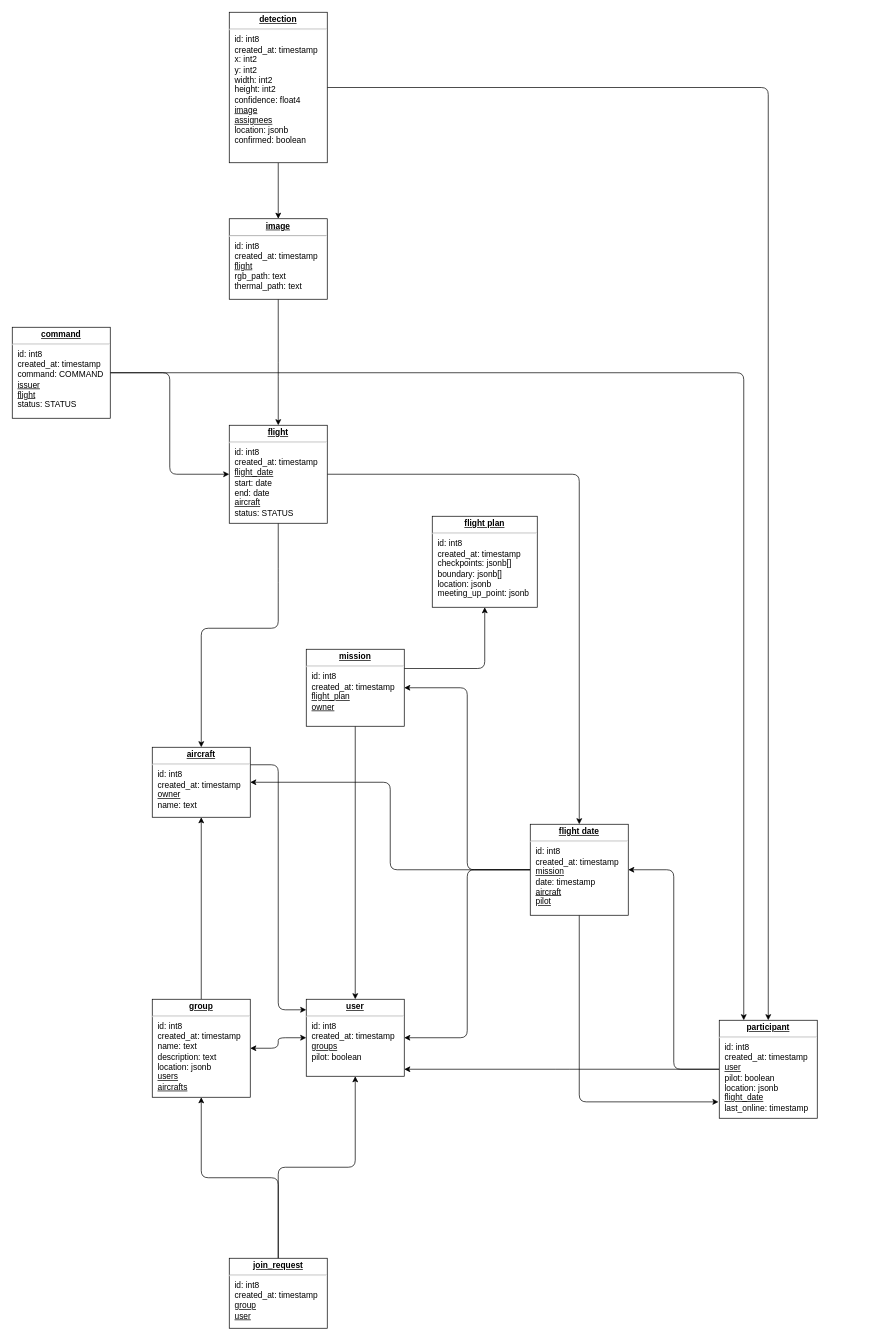
The draw.io diagram DatabaseSchema.drawio in FawnRescue/planning, before the edit. Source tidied: cells renumbered, new cells numbered last; positions are measured from the earlier drawing's top-left corner, leaving out a move shared by most shapes. Both pictures are drawn from the tidied source at 70%, with x=0, y=0 at pixel (12, 12).
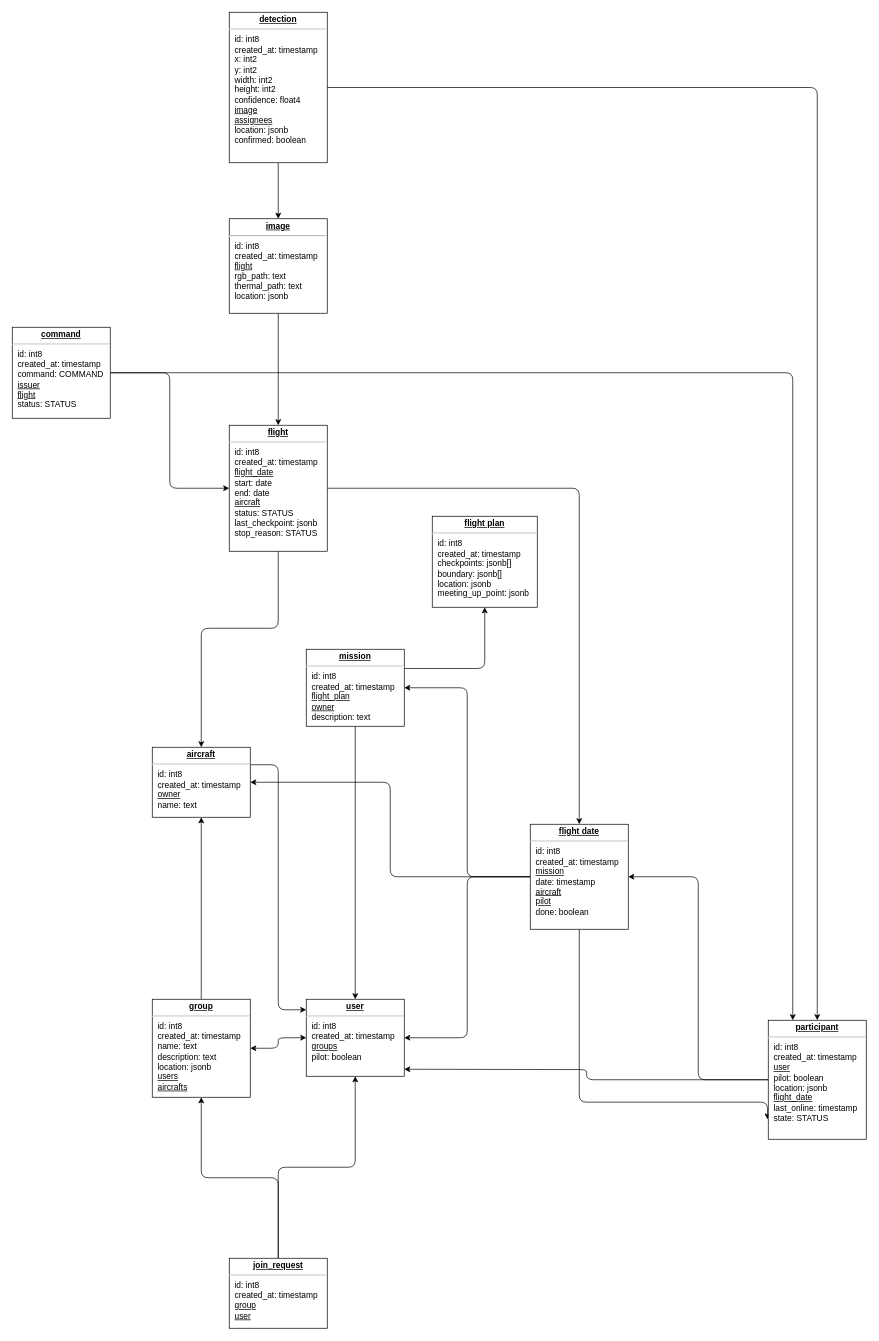
The same page after the edit.

Change to the diagram source:
```diff
@@
-    <mxCell id="3" value="&lt;p style=&quot;margin: 0px ; margin-top: 4px ; text-align: center ; text-decoration: underline&quot;&gt;&lt;b&gt;aircraft&lt;/b&gt;&lt;/p&gt;&lt;hr&gt;&lt;p style=&quot;margin: 0px ; margin-left: 8px&quot;&gt;id: int8&lt;/p&gt;&lt;p style=&quot;margin: 0px ; margin-left: 8px&quot;&gt;created_at: timestamp&lt;br&gt;&lt;/p&gt;&lt;p style=&quot;margin: 0px ; margin-left: 8px&quot;&gt;&lt;u&gt;owner&lt;/u&gt;&lt;/p&gt;&lt;p style=&quot;margin: 0px ; margin-left: 8px&quot;&gt;name: text&lt;/p&gt;&lt;p style=&quot;margin: 0px ; margin-left: 8px&quot;&gt;&lt;br&gt;&lt;/p&gt;" style="verticalAlign=top;align=left;overflow=fill;fontSize=12;fontFamily=Helvetica;html=1;rounded=0;shadow=0;comic=0;labelBackgroundColor=none;strokeWidth=1;" parent="1" vertex="1">
+    <mxCell id="3" value="&lt;p style=&quot;margin: 0px ; margin-top: 4px ; text-align: center ; text-decoration: underline&quot;&gt;&lt;b&gt;aircraft&lt;/b&gt;&lt;/p&gt;&lt;hr&gt;&lt;p style=&quot;margin: 0px ; margin-left: 8px&quot;&gt;id: int8&lt;/p&gt;&lt;p style=&quot;margin: 0px ; margin-left: 8px&quot;&gt;created_at: timestamp&lt;br&gt;&lt;/p&gt;&lt;p style=&quot;margin: 0px ; margin-left: 8px&quot;&gt;&lt;u&gt;owner&lt;/u&gt;&lt;/p&gt;&lt;p style=&quot;margin: 0px ; margin-left: 8px&quot;&gt;name: text&lt;/p&gt;&lt;p style=&quot;margin: 0px ; margin-left: 8px&quot;&gt;&lt;br&gt;&lt;/p&gt;&lt;p style=&quot;margin: 0px ; margin-left: 8px&quot;&gt;&lt;br&gt;&lt;/p&gt;" style="verticalAlign=top;align=left;overflow=fill;fontSize=12;fontFamily=Helvetica;html=1;rounded=0;shadow=0;comic=0;labelBackgroundColor=none;strokeWidth=1;" parent="1" vertex="1">
       <mxGeometry x="200" y="1050" width="140" height="100" as="geometry" />
     </mxCell>
@@
-    <mxCell id="8" value="&lt;p style=&quot;margin: 0px ; margin-top: 4px ; text-align: center ; text-decoration: underline&quot;&gt;&lt;b&gt;image&lt;/b&gt;&lt;/p&gt;&lt;hr&gt;&lt;p style=&quot;border-color: var(--border-color); margin: 0px 0px 0px 8px;&quot;&gt;id: int8&lt;/p&gt;&lt;p style=&quot;border-color: var(--border-color); margin: 0px 0px 0px 8px;&quot;&gt;created_at: timestamp&lt;/p&gt;&lt;p style=&quot;border-color: var(--border-color); margin: 0px 0px 0px 8px;&quot;&gt;&lt;u&gt;flight&lt;/u&gt;&lt;/p&gt;&lt;p style=&quot;border-color: var(--border-color); margin: 0px 0px 0px 8px;&quot;&gt;rgb_path: text&lt;/p&gt;&lt;p style=&quot;border-color: var(--border-color); margin: 0px 0px 0px 8px;&quot;&gt;thermal_path: text&lt;/p&gt;&lt;p style=&quot;border-color: var(--border-color); margin: 0px 0px 0px 8px;&quot;&gt;&lt;br&gt;&lt;/p&gt;&lt;p style=&quot;border-color: var(--border-color); margin: 0px 0px 0px 8px;&quot;&gt;&lt;br&gt;&lt;/p&gt;&lt;p style=&quot;border-color: var(--border-color); margin: 0px 0px 0px 8px;&quot;&gt;&lt;br&gt;&lt;/p&gt;" style="verticalAlign=top;align=left;overflow=fill;fontSize=12;fontFamily=Helvetica;html=1;rounded=0;shadow=0;comic=0;labelBackgroundColor=none;strokeWidth=1;" parent="1" vertex="1">
-      <mxGeometry x="310" y="295" width="140" height="115" as="geometry" />
+    <mxCell id="8" value="&lt;p style=&quot;margin: 0px ; margin-top: 4px ; text-align: center ; text-decoration: underline&quot;&gt;&lt;b&gt;image&lt;/b&gt;&lt;/p&gt;&lt;hr&gt;&lt;p style=&quot;border-color: var(--border-color); margin: 0px 0px 0px 8px;&quot;&gt;id: int8&lt;/p&gt;&lt;p style=&quot;border-color: var(--border-color); margin: 0px 0px 0px 8px;&quot;&gt;created_at: timestamp&lt;/p&gt;&lt;p style=&quot;border-color: var(--border-color); margin: 0px 0px 0px 8px;&quot;&gt;&lt;u&gt;flight&lt;/u&gt;&lt;/p&gt;&lt;p style=&quot;border-color: var(--border-color); margin: 0px 0px 0px 8px;&quot;&gt;rgb_path: text&lt;/p&gt;&lt;p style=&quot;border-color: var(--border-color); margin: 0px 0px 0px 8px;&quot;&gt;thermal_path: text&lt;/p&gt;&lt;p style=&quot;border-color: var(--border-color); margin: 0px 0px 0px 8px;&quot;&gt;location: jsonb&lt;/p&gt;&lt;p style=&quot;border-color: var(--border-color); margin: 0px 0px 0px 8px;&quot;&gt;&lt;br&gt;&lt;/p&gt;&lt;p style=&quot;border-color: var(--border-color); margin: 0px 0px 0px 8px;&quot;&gt;&lt;br&gt;&lt;/p&gt;&lt;p style=&quot;border-color: var(--border-color); margin: 0px 0px 0px 8px;&quot;&gt;&lt;br&gt;&lt;/p&gt;" style="verticalAlign=top;align=left;overflow=fill;fontSize=12;fontFamily=Helvetica;html=1;rounded=0;shadow=0;comic=0;labelBackgroundColor=none;strokeWidth=1;" parent="1" vertex="1">
+      <mxGeometry x="310" y="295" width="140" height="135" as="geometry" />
     </mxCell>
@@
-    <mxCell id="11" value="&lt;p style=&quot;margin: 0px ; margin-top: 4px ; text-align: center ; text-decoration: underline&quot;&gt;&lt;b&gt;flight&lt;/b&gt;&lt;/p&gt;&lt;hr&gt;&lt;p style=&quot;border-color: var(--border-color); margin: 0px 0px 0px 8px;&quot;&gt;id: int8&lt;/p&gt;&lt;p style=&quot;border-color: var(--border-color); margin: 0px 0px 0px 8px;&quot;&gt;created_at: timestamp&lt;/p&gt;&lt;p style=&quot;border-color: var(--border-color); margin: 0px 0px 0px 8px;&quot;&gt;&lt;span style=&quot;background-color: initial;&quot;&gt;&lt;u&gt;flight_date&lt;/u&gt;&lt;/span&gt;&lt;/p&gt;&lt;p style=&quot;border-color: var(--border-color); margin: 0px 0px 0px 8px;&quot;&gt;&lt;span style=&quot;background-color: initial;&quot;&gt;start: date&lt;/span&gt;&lt;br&gt;&lt;/p&gt;&lt;p style=&quot;border-color: var(--border-color); margin: 0px 0px 0px 8px;&quot;&gt;end: date&lt;/p&gt;&lt;p style=&quot;border-color: var(--border-color); margin: 0px 0px 0px 8px;&quot;&gt;&lt;u&gt;aircraft&lt;/u&gt;&lt;/p&gt;&lt;p style=&quot;border-color: var(--border-color); margin: 0px 0px 0px 8px;&quot;&gt;status: STATUS&lt;/p&gt;&lt;p style=&quot;border-color: var(--border-color); margin: 0px 0px 0px 8px;&quot;&gt;&lt;br&gt;&lt;/p&gt;" style="verticalAlign=top;align=left;overflow=fill;fontSize=12;fontFamily=Helvetica;html=1;rounded=0;shadow=0;comic=0;labelBackgroundColor=none;strokeWidth=1;" parent="1" vertex="1">
-      <mxGeometry x="310" y="590" width="140" height="140" as="geometry" />
+    <mxCell id="11" value="&lt;p style=&quot;margin: 0px ; margin-top: 4px ; text-align: center ; text-decoration: underline&quot;&gt;&lt;b&gt;flight&lt;/b&gt;&lt;/p&gt;&lt;hr&gt;&lt;p style=&quot;border-color: var(--border-color); margin: 0px 0px 0px 8px;&quot;&gt;id: int8&lt;/p&gt;&lt;p style=&quot;border-color: var(--border-color); margin: 0px 0px 0px 8px;&quot;&gt;created_at: timestamp&lt;/p&gt;&lt;p style=&quot;border-color: var(--border-color); margin: 0px 0px 0px 8px;&quot;&gt;&lt;span style=&quot;background-color: initial;&quot;&gt;&lt;u&gt;flight_date&lt;/u&gt;&lt;/span&gt;&lt;/p&gt;&lt;p style=&quot;border-color: var(--border-color); margin: 0px 0px 0px 8px;&quot;&gt;&lt;span style=&quot;background-color: initial;&quot;&gt;start: date&lt;/span&gt;&lt;br&gt;&lt;/p&gt;&lt;p style=&quot;border-color: var(--border-color); margin: 0px 0px 0px 8px;&quot;&gt;end: date&lt;/p&gt;&lt;p style=&quot;border-color: var(--border-color); margin: 0px 0px 0px 8px;&quot;&gt;&lt;u&gt;aircraft&lt;/u&gt;&lt;/p&gt;&lt;p style=&quot;border-color: var(--border-color); margin: 0px 0px 0px 8px;&quot;&gt;status: STATUS&lt;/p&gt;&lt;p style=&quot;border-color: var(--border-color); margin: 0px 0px 0px 8px;&quot;&gt;last_checkpoint: jsonb&lt;/p&gt;&lt;p style=&quot;border-color: var(--border-color); margin: 0px 0px 0px 8px;&quot;&gt;stop_reason: STATUS&lt;/p&gt;&lt;p style=&quot;border-color: var(--border-color); margin: 0px 0px 0px 8px;&quot;&gt;&lt;br&gt;&lt;/p&gt;" style="verticalAlign=top;align=left;overflow=fill;fontSize=12;fontFamily=Helvetica;html=1;rounded=0;shadow=0;comic=0;labelBackgroundColor=none;strokeWidth=1;" parent="1" vertex="1">
+      <mxGeometry x="310" y="590" width="140" height="180" as="geometry" />
     </mxCell>
@@
-    <mxCell id="15" value="&lt;p style=&quot;margin: 0px ; margin-top: 4px ; text-align: center ; text-decoration: underline&quot;&gt;&lt;b&gt;mission&lt;/b&gt;&lt;/p&gt;&lt;hr&gt;&lt;p style=&quot;border-color: var(--border-color); margin: 0px 0px 0px 8px;&quot;&gt;id: int8&lt;/p&gt;&lt;p style=&quot;border-color: var(--border-color); margin: 0px 0px 0px 8px;&quot;&gt;created_at: timestamp&lt;/p&gt;&lt;p style=&quot;border-color: var(--border-color); margin: 0px 0px 0px 8px;&quot;&gt;&lt;u&gt;flight_plan&lt;/u&gt;&lt;/p&gt;&lt;p style=&quot;border-color: var(--border-color); margin: 0px 0px 0px 8px;&quot;&gt;&lt;u&gt;owner&lt;/u&gt;&lt;/p&gt;&lt;p style=&quot;border-color: var(--border-color); margin: 0px 0px 0px 8px;&quot;&gt;&lt;br&gt;&lt;/p&gt;&lt;p style=&quot;border-color: var(--border-color); margin: 0px 0px 0px 8px;&quot;&gt;&lt;br&gt;&lt;/p&gt;&lt;p style=&quot;border-color: var(--border-color); margin: 0px 0px 0px 8px;&quot;&gt;&lt;br&gt;&lt;/p&gt;" style="verticalAlign=top;align=left;overflow=fill;fontSize=12;fontFamily=Helvetica;html=1;rounded=0;shadow=0;comic=0;labelBackgroundColor=none;strokeWidth=1;" parent="1" vertex="1">
+    <mxCell id="15" value="&lt;p style=&quot;margin: 0px ; margin-top: 4px ; text-align: center ; text-decoration: underline&quot;&gt;&lt;b&gt;mission&lt;/b&gt;&lt;/p&gt;&lt;hr&gt;&lt;p style=&quot;border-color: var(--border-color); margin: 0px 0px 0px 8px;&quot;&gt;id: int8&lt;/p&gt;&lt;p style=&quot;border-color: var(--border-color); margin: 0px 0px 0px 8px;&quot;&gt;created_at: timestamp&lt;/p&gt;&lt;p style=&quot;border-color: var(--border-color); margin: 0px 0px 0px 8px;&quot;&gt;&lt;u&gt;flight_plan&lt;/u&gt;&lt;/p&gt;&lt;p style=&quot;border-color: var(--border-color); margin: 0px 0px 0px 8px;&quot;&gt;&lt;u&gt;owner&lt;/u&gt;&lt;/p&gt;&lt;p style=&quot;border-color: var(--border-color); margin: 0px 0px 0px 8px;&quot;&gt;description: text&lt;/p&gt;&lt;p style=&quot;border-color: var(--border-color); margin: 0px 0px 0px 8px;&quot;&gt;&lt;br&gt;&lt;/p&gt;&lt;p style=&quot;border-color: var(--border-color); margin: 0px 0px 0px 8px;&quot;&gt;&lt;br&gt;&lt;/p&gt;" style="verticalAlign=top;align=left;overflow=fill;fontSize=12;fontFamily=Helvetica;html=1;rounded=0;shadow=0;comic=0;labelBackgroundColor=none;strokeWidth=1;" parent="1" vertex="1">
       <mxGeometry x="420" y="910" width="140" height="110" as="geometry" />
     </mxCell>
@@
-    <mxCell id="27" value="&lt;p style=&quot;margin: 0px ; margin-top: 4px ; text-align: center ; text-decoration: underline&quot;&gt;&lt;b&gt;flight date&lt;/b&gt;&lt;/p&gt;&lt;hr&gt;&lt;p style=&quot;border-color: var(--border-color); margin: 0px 0px 0px 8px;&quot;&gt;id: int8&lt;/p&gt;&lt;p style=&quot;border-color: var(--border-color); margin: 0px 0px 0px 8px;&quot;&gt;created_at: timestamp&lt;/p&gt;&lt;p style=&quot;border-color: var(--border-color); margin: 0px 0px 0px 8px;&quot;&gt;&lt;u style=&quot;background-color: initial;&quot;&gt;mission&lt;/u&gt;&lt;br&gt;&lt;/p&gt;&lt;p style=&quot;border-color: var(--border-color); margin: 0px 0px 0px 8px;&quot;&gt;&lt;span style=&quot;background-color: initial;&quot;&gt;date: timestamp&lt;/span&gt;&lt;/p&gt;&lt;p style=&quot;border-color: var(--border-color); margin: 0px 0px 0px 8px;&quot;&gt;&lt;span style=&quot;background-color: initial;&quot;&gt;&lt;u&gt;aircraft&lt;/u&gt;&lt;/span&gt;&lt;/p&gt;&lt;p style=&quot;border-color: var(--border-color); margin: 0px 0px 0px 8px;&quot;&gt;&lt;u&gt;pilot&lt;/u&gt;&lt;/p&gt;" style="verticalAlign=top;align=left;overflow=fill;fontSize=12;fontFamily=Helvetica;html=1;rounded=0;shadow=0;comic=0;labelBackgroundColor=none;strokeWidth=1;" parent="1" vertex="1">
-      <mxGeometry x="740" y="1160" width="140" height="130" as="geometry" />
+    <mxCell id="27" value="&lt;p style=&quot;margin: 0px ; margin-top: 4px ; text-align: center ; text-decoration: underline&quot;&gt;&lt;b&gt;flight date&lt;/b&gt;&lt;/p&gt;&lt;hr&gt;&lt;p style=&quot;border-color: var(--border-color); margin: 0px 0px 0px 8px;&quot;&gt;id: int8&lt;/p&gt;&lt;p style=&quot;border-color: var(--border-color); margin: 0px 0px 0px 8px;&quot;&gt;created_at: timestamp&lt;/p&gt;&lt;p style=&quot;border-color: var(--border-color); margin: 0px 0px 0px 8px;&quot;&gt;&lt;u style=&quot;background-color: initial;&quot;&gt;mission&lt;/u&gt;&lt;br&gt;&lt;/p&gt;&lt;p style=&quot;border-color: var(--border-color); margin: 0px 0px 0px 8px;&quot;&gt;&lt;span style=&quot;background-color: initial;&quot;&gt;date: timestamp&lt;/span&gt;&lt;/p&gt;&lt;p style=&quot;border-color: var(--border-color); margin: 0px 0px 0px 8px;&quot;&gt;&lt;span style=&quot;background-color: initial;&quot;&gt;&lt;u&gt;aircraft&lt;/u&gt;&lt;/span&gt;&lt;/p&gt;&lt;p style=&quot;border-color: var(--border-color); margin: 0px 0px 0px 8px;&quot;&gt;&lt;u&gt;pilot&lt;/u&gt;&lt;/p&gt;&lt;p style=&quot;border-color: var(--border-color); margin: 0px 0px 0px 8px;&quot;&gt;done: boolean&lt;/p&gt;" style="verticalAlign=top;align=left;overflow=fill;fontSize=12;fontFamily=Helvetica;html=1;rounded=0;shadow=0;comic=0;labelBackgroundColor=none;strokeWidth=1;" parent="1" vertex="1">
+      <mxGeometry x="740" y="1160" width="140" height="150" as="geometry" />
     </mxCell>
@@
-    <mxCell id="30" value="&lt;p style=&quot;margin: 0px ; margin-top: 4px ; text-align: center ; text-decoration: underline&quot;&gt;&lt;b&gt;participant&lt;/b&gt;&lt;/p&gt;&lt;hr&gt;&lt;p style=&quot;margin: 0px ; margin-left: 8px&quot;&gt;id: int8&lt;/p&gt;&lt;p style=&quot;margin: 0px ; margin-left: 8px&quot;&gt;created_at: timestamp&lt;br&gt;&lt;/p&gt;&lt;p style=&quot;margin: 0px ; margin-left: 8px&quot;&gt;&lt;u&gt;user&lt;/u&gt;&lt;/p&gt;&lt;p style=&quot;margin: 0px ; margin-left: 8px&quot;&gt;pilot: boolean&lt;/p&gt;&lt;p style=&quot;margin: 0px ; margin-left: 8px&quot;&gt;location: jsonb&lt;/p&gt;&lt;p style=&quot;margin: 0px ; margin-left: 8px&quot;&gt;&lt;u&gt;flight_date&lt;/u&gt;&lt;/p&gt;&lt;p style=&quot;margin: 0px ; margin-left: 8px&quot;&gt;last_online: timestamp&lt;/p&gt;&lt;p style=&quot;margin: 0px ; margin-left: 8px&quot;&gt;&lt;br&gt;&lt;/p&gt;" style="verticalAlign=top;align=left;overflow=fill;fontSize=12;fontFamily=Helvetica;html=1;rounded=0;shadow=0;comic=0;labelBackgroundColor=none;strokeWidth=1;" parent="1" vertex="1">
-      <mxGeometry x="1010" y="1440" width="140" height="140" as="geometry" />
+    <mxCell id="30" value="&lt;p style=&quot;margin: 0px ; margin-top: 4px ; text-align: center ; text-decoration: underline&quot;&gt;&lt;b&gt;participant&lt;/b&gt;&lt;/p&gt;&lt;hr&gt;&lt;p style=&quot;margin: 0px ; margin-left: 8px&quot;&gt;id: int8&lt;/p&gt;&lt;p style=&quot;margin: 0px ; margin-left: 8px&quot;&gt;created_at: timestamp&lt;br&gt;&lt;/p&gt;&lt;p style=&quot;margin: 0px ; margin-left: 8px&quot;&gt;&lt;u&gt;user&lt;/u&gt;&lt;/p&gt;&lt;p style=&quot;margin: 0px ; margin-left: 8px&quot;&gt;pilot: boolean&lt;/p&gt;&lt;p style=&quot;margin: 0px ; margin-left: 8px&quot;&gt;location: jsonb&lt;/p&gt;&lt;p style=&quot;margin: 0px ; margin-left: 8px&quot;&gt;&lt;u&gt;flight_date&lt;/u&gt;&lt;/p&gt;&lt;p style=&quot;margin: 0px ; margin-left: 8px&quot;&gt;last_online: timestamp&lt;/p&gt;&lt;p style=&quot;margin: 0px ; margin-left: 8px&quot;&gt;state: STATUS&lt;/p&gt;&lt;p style=&quot;margin: 0px ; margin-left: 8px&quot;&gt;&lt;br&gt;&lt;/p&gt;" style="verticalAlign=top;align=left;overflow=fill;fontSize=12;fontFamily=Helvetica;html=1;rounded=0;shadow=0;comic=0;labelBackgroundColor=none;strokeWidth=1;" parent="1" vertex="1">
+      <mxGeometry x="1080" y="1440" width="140" height="170" as="geometry" />
     </mxCell>
```
